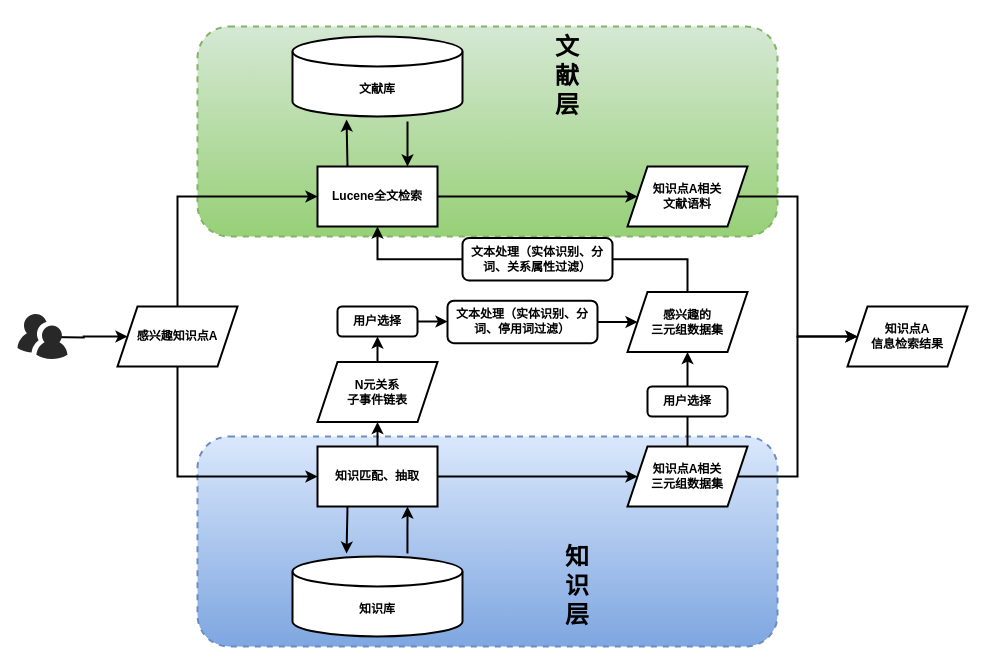
Above: Double-layers_retrival_mode.drawio in junchaoIU/Diagrams_library (draw.io), before the change. Source tidied: cells renumbered, new cells numbered last; positions are measured from the earlier drawing's top-left corner, leaving out a move shared by most shapes. Both pictures are drawn from the tidied source at 100%, with x=0, y=0 at pixel (17, 26).
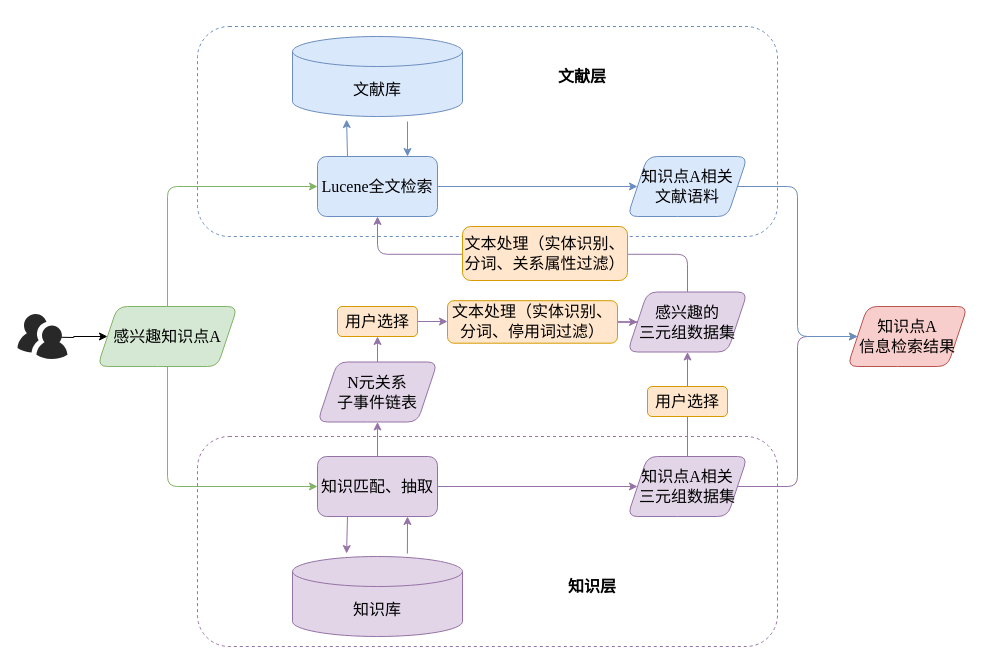
The same diagram, later.

Diff of the diagram source:
```diff
@@
-    <mxCell id="2" style="rounded=1;whiteSpace=wrap;html=1;dashed=1;fillColor=#dae8fc;strokeColor=#6c8ebf;gradientColor=#7ea6e0;strokeWidth=2;" parent="1" vertex="1">
+    <mxCell id="2" style="rounded=1;whiteSpace=wrap;html=1;dashed=1;strokeWidth=1;fontStyle=0;fontFamily=Times New Roman;fontSize=16;fillColor=none;strokeColor=#9673a6;" parent="1" vertex="1">
       <mxGeometry x="180" y="410" width="580" height="210" as="geometry" />
     </mxCell>
-    <mxCell id="3" style="rounded=1;whiteSpace=wrap;html=1;dashed=1;fillColor=#d5e8d4;strokeColor=#82b366;gradientColor=#97d077;strokeWidth=2;" parent="1" vertex="1">
+    <mxCell id="3" style="rounded=1;whiteSpace=wrap;html=1;dashed=1;strokeWidth=1;fontStyle=0;fontFamily=Times New Roman;fontSize=16;fillColor=none;strokeColor=#6c8ebf;" parent="1" vertex="1">
       <mxGeometry x="180" width="580" height="210" as="geometry" />
     </mxCell>
-    <mxCell id="4" style="edgeStyle=orthogonalEdgeStyle;rounded=0;jettySize=auto;html=1;exitX=0.5;exitY=0;exitDx=0;exitDy=0;entryX=0;entryY=0.5;entryDx=0;entryDy=0;strokeWidth=2;" parent="1" edge="1" source="6" target="11">
+    <mxCell id="4" style="edgeStyle=orthogonalEdgeStyle;rounded=1;jettySize=auto;html=1;exitX=0.5;exitY=0;exitDx=0;exitDy=0;entryX=0;entryY=0.5;entryDx=0;entryDy=0;strokeWidth=1;fontStyle=0;fontFamily=Times New Roman;fontSize=16;fillColor=#d5e8d4;strokeColor=#82b366;" parent="1" edge="1" source="6" target="11">
       <mxGeometry relative="1" as="geometry" />
     </mxCell>
-    <mxCell id="5" style="edgeStyle=orthogonalEdgeStyle;rounded=0;jettySize=auto;html=1;exitX=0.5;exitY=1;exitDx=0;exitDy=0;entryX=0;entryY=0.5;entryDx=0;entryDy=0;strokeWidth=2;" parent="1" edge="1" source="6" target="15">
+    <mxCell id="5" style="edgeStyle=orthogonalEdgeStyle;rounded=1;jettySize=auto;html=1;exitX=0.5;exitY=1;exitDx=0;exitDy=0;entryX=0;entryY=0.5;entryDx=0;entryDy=0;strokeWidth=1;fontStyle=0;fontFamily=Times New Roman;fontSize=16;fillColor=#d5e8d4;strokeColor=#82b366;" parent="1" edge="1" source="6" target="15">
       <mxGeometry relative="1" as="geometry" />
     </mxCell>
-    <mxCell id="6" value="&lt;b&gt;感兴趣知识点A&lt;/b&gt;" style="shape=parallelogram;perimeter=parallelogramPerimeter;whiteSpace=wrap;html=1;fixedSize=1;strokeWidth=2;" parent="1" vertex="1">
-      <mxGeometry x="100" y="280" width="120" height="60" as="geometry" />
+    <mxCell id="6" value="&lt;span style=&quot;font-size: 16px;&quot;&gt;感兴趣知识点A&lt;/span&gt;" style="shape=parallelogram;perimeter=parallelogramPerimeter;whiteSpace=wrap;html=1;fixedSize=1;strokeWidth=1;fontStyle=0;fontFamily=Times New Roman;fontSize=16;rounded=1;fillColor=#d5e8d4;strokeColor=#82b366;" parent="1" vertex="1">
+      <mxGeometry x="80" y="280" width="140" height="60" as="geometry" />
     </mxCell>
-    <mxCell id="7" style="rounded=0;jettySize=auto;html=1;entryX=0.75;entryY=0;entryDx=0;entryDy=0;strokeWidth=2;" parent="1" edge="1" target="11">
+    <mxCell id="7" style="rounded=0;jettySize=auto;html=1;entryX=0.75;entryY=0;entryDx=0;entryDy=0;strokeWidth=1;fontStyle=0;fontFamily=Times New Roman;fontSize=16;fillColor=#dae8fc;strokeColor=#6c8ebf;" parent="1" edge="1" target="11">
       <mxGeometry relative="1" as="geometry">
         <mxPoint x="390" y="95" as="sourcePoint" />
       </mxGeometry>
     </mxCell>
-    <mxCell id="8" value="&lt;b&gt;文献库&lt;/b&gt;" style="shape=cylinder3;whiteSpace=wrap;html=1;boundedLbl=1;backgroundOutline=1;size=15;strokeWidth=2;" parent="1" vertex="1">
+    <mxCell id="8" value="&lt;span style=&quot;font-size: 16px;&quot;&gt;文献库&lt;/span&gt;" style="shape=cylinder3;whiteSpace=wrap;html=1;boundedLbl=1;backgroundOutline=1;size=15;strokeWidth=1;fontStyle=0;fontFamily=Times New Roman;fontSize=16;fillColor=#dae8fc;strokeColor=#6c8ebf;" parent="1" vertex="1">
       <mxGeometry x="275" y="10" width="170" height="80" as="geometry" />
     </mxCell>
-    <mxCell id="9" style="rounded=0;jettySize=auto;html=1;exitX=0.25;exitY=0;exitDx=0;exitDy=0;entryX=0.318;entryY=1.038;entryDx=0;entryDy=0;entryPerimeter=0;strokeWidth=2;" parent="1" edge="1" source="11" target="8">
+    <mxCell id="9" style="rounded=0;jettySize=auto;html=1;exitX=0.25;exitY=0;exitDx=0;exitDy=0;entryX=0.318;entryY=1.038;entryDx=0;entryDy=0;entryPerimeter=0;strokeWidth=1;fontStyle=0;fontFamily=Times New Roman;fontSize=16;fillColor=#dae8fc;strokeColor=#6c8ebf;" parent="1" edge="1" source="11" target="8">
       <mxGeometry relative="1" as="geometry" />
     </mxCell>
-    <mxCell id="10" style="edgeStyle=orthogonalEdgeStyle;rounded=0;jettySize=auto;html=1;exitX=1;exitY=0.5;exitDx=0;exitDy=0;entryX=0;entryY=0.5;entryDx=0;entryDy=0;strokeWidth=2;" parent="1" edge="1" source="11" target="21">
+    <mxCell id="10" style="edgeStyle=orthogonalEdgeStyle;rounded=0;jettySize=auto;html=1;exitX=1;exitY=0.5;exitDx=0;exitDy=0;entryX=0;entryY=0.5;entryDx=0;entryDy=0;strokeWidth=1;fontStyle=0;fontFamily=Times New Roman;fontSize=16;fillColor=#dae8fc;strokeColor=#6c8ebf;" parent="1" edge="1" source="11" target="21">
       <mxGeometry relative="1" as="geometry" />
     </mxCell>
-    <mxCell id="11" value="&lt;b&gt;Lucene全文检索&lt;/b&gt;" style="rounded=0;whiteSpace=wrap;html=1;strokeWidth=2;" parent="1" vertex="1">
-      <mxGeometry x="300" y="140" width="120" height="60" as="geometry" />
+    <mxCell id="11" value="&lt;span style=&quot;font-size: 16px;&quot;&gt;Lucene全文检索&lt;/span&gt;" style="rounded=1;whiteSpace=wrap;html=1;strokeWidth=1;fontStyle=0;fontFamily=Times New Roman;fontSize=16;fillColor=#dae8fc;strokeColor=#6c8ebf;" parent="1" vertex="1">
+      <mxGeometry x="300" y="130" width="120" height="60" as="geometry" />
     </mxCell>
-    <mxCell id="12" style="rounded=0;jettySize=auto;html=1;exitX=0.25;exitY=1;exitDx=0;exitDy=0;entryX=0.318;entryY=-0.037;entryDx=0;entryDy=0;entryPerimeter=0;strokeWidth=2;" parent="1" edge="1" source="15" target="26">
+    <mxCell id="12" style="rounded=0;jettySize=auto;html=1;exitX=0.25;exitY=1;exitDx=0;exitDy=0;entryX=0.318;entryY=-0.037;entryDx=0;entryDy=0;entryPerimeter=0;strokeWidth=1;fontStyle=0;fontFamily=Times New Roman;fontSize=16;fillColor=#e1d5e7;strokeColor=#9673a6;" parent="1" edge="1" source="15" target="26">
       <mxGeometry relative="1" as="geometry" />
     </mxCell>
-    <mxCell id="13" style="edgeStyle=orthogonalEdgeStyle;rounded=0;jettySize=auto;html=1;exitX=0.5;exitY=0;exitDx=0;exitDy=0;entryX=0.5;entryY=1;entryDx=0;entryDy=0;strokeWidth=2;" parent="1" edge="1" source="15" target="23">
+    <mxCell id="13" style="edgeStyle=orthogonalEdgeStyle;rounded=0;jettySize=auto;html=1;exitX=0.5;exitY=0;exitDx=0;exitDy=0;entryX=0.5;entryY=1;entryDx=0;entryDy=0;strokeWidth=1;fontStyle=0;fontFamily=Times New Roman;fontSize=16;fillColor=#e1d5e7;strokeColor=#9673a6;" parent="1" edge="1" source="15" target="23">
       <mxGeometry relative="1" as="geometry" />
     </mxCell>
-    <mxCell id="14" style="edgeStyle=orthogonalEdgeStyle;rounded=0;jettySize=auto;html=1;exitX=1;exitY=0.5;exitDx=0;exitDy=0;entryX=0;entryY=0.5;entryDx=0;entryDy=0;strokeWidth=2;" parent="1" edge="1" source="15" target="19">
+    <mxCell id="14" style="edgeStyle=orthogonalEdgeStyle;rounded=0;jettySize=auto;html=1;exitX=1;exitY=0.5;exitDx=0;exitDy=0;entryX=0;entryY=0.5;entryDx=0;entryDy=0;strokeWidth=1;fontStyle=0;fontFamily=Times New Roman;fontSize=16;fillColor=#e1d5e7;strokeColor=#9673a6;" parent="1" edge="1" source="15" target="19">
       <mxGeometry relative="1" as="geometry" />
     </mxCell>
-    <mxCell id="15" value="&lt;b&gt;知识匹配、抽取&lt;/b&gt;" style="rounded=0;whiteSpace=wrap;html=1;strokeWidth=2;" parent="1" vertex="1">
-      <mxGeometry x="300" y="420" width="120" height="60" as="geometry" />
+    <mxCell id="15" value="&lt;span style=&quot;font-size: 16px;&quot;&gt;知识匹配、抽取&lt;/span&gt;" style="rounded=1;whiteSpace=wrap;html=1;strokeWidth=1;fontStyle=0;fontFamily=Times New Roman;fontSize=16;fillColor=#e1d5e7;strokeColor=#9673a6;" parent="1" vertex="1">
+      <mxGeometry x="300" y="430" width="120" height="60" as="geometry" />
     </mxCell>
-    <mxCell id="16" style="rounded=0;jettySize=auto;html=1;entryX=0.75;entryY=1;entryDx=0;entryDy=0;exitX=0.676;exitY=-0.037;exitDx=0;exitDy=0;exitPerimeter=0;strokeWidth=2;" parent="1" edge="1" source="26" target="15">
+    <mxCell id="16" style="rounded=0;jettySize=auto;html=1;entryX=0.75;entryY=1;entryDx=0;entryDy=0;exitX=0.676;exitY=-0.037;exitDx=0;exitDy=0;exitPerimeter=0;strokeWidth=1;fontStyle=0;fontFamily=Times New Roman;fontSize=16;fillColor=#e1d5e7;strokeColor=#9673a6;" parent="1" edge="1" source="26" target="15">
       <mxGeometry relative="1" as="geometry" />
     </mxCell>
-    <mxCell id="17" style="edgeStyle=orthogonalEdgeStyle;rounded=0;jettySize=auto;html=1;exitX=0.5;exitY=0;exitDx=0;exitDy=0;entryX=0.5;entryY=1;entryDx=0;entryDy=0;strokeWidth=2;" parent="1" edge="1" source="19" target="25">
+    <mxCell id="17" style="edgeStyle=orthogonalEdgeStyle;rounded=0;jettySize=auto;html=1;exitX=0.5;exitY=0;exitDx=0;exitDy=0;entryX=0.5;entryY=1;entryDx=0;entryDy=0;strokeWidth=1;fontStyle=0;fontFamily=Times New Roman;fontSize=16;fillColor=#e1d5e7;strokeColor=#9673a6;" parent="1" edge="1" source="19" target="25">
       <mxGeometry relative="1" as="geometry" />
     </mxCell>
-    <mxCell id="18" style="edgeStyle=orthogonalEdgeStyle;rounded=0;jettySize=auto;html=1;exitX=1;exitY=0.5;exitDx=0;exitDy=0;entryX=0;entryY=0.5;entryDx=0;entryDy=0;strokeWidth=2;" parent="1" edge="1" source="19" target="27">
+    <mxCell id="18" style="edgeStyle=orthogonalEdgeStyle;rounded=1;jettySize=auto;html=1;exitX=1;exitY=0.5;exitDx=0;exitDy=0;entryX=0;entryY=0.5;entryDx=0;entryDy=0;strokeWidth=1;fontStyle=0;fontFamily=Times New Roman;fontSize=16;fillColor=#e1d5e7;strokeColor=#9673a6;" parent="1" edge="1" source="19" target="27">
       <mxGeometry relative="1" as="geometry">
         <Array as="points">
-          <mxPoint x="780" y="450" />
+          <mxPoint x="780" y="460" />
           <mxPoint x="780" y="310" />
         </Array>
       </mxGeometry>
     </mxCell>
-    <mxCell id="19" value="&lt;b&gt;知识点A相关&lt;br&gt;三元组数据集&lt;/b&gt;" style="shape=parallelogram;perimeter=parallelogramPerimeter;whiteSpace=wrap;html=1;fixedSize=1;strokeWidth=2;" parent="1" vertex="1">
-      <mxGeometry x="610" y="420" width="120" height="60" as="geometry" />
+    <mxCell id="19" value="&lt;span style=&quot;font-size: 16px;&quot;&gt;知识点A相关&lt;br style=&quot;font-size: 16px;&quot;&gt;三元组数据集&lt;/span&gt;" style="shape=parallelogram;perimeter=parallelogramPerimeter;whiteSpace=wrap;html=1;fixedSize=1;strokeWidth=1;fontStyle=0;fontFamily=Times New Roman;fontSize=16;rounded=1;fillColor=#e1d5e7;strokeColor=#9673a6;" parent="1" vertex="1">
+      <mxGeometry x="610" y="430" width="120" height="60" as="geometry" />
     </mxCell>
-    <mxCell id="20" style="edgeStyle=orthogonalEdgeStyle;rounded=0;jettySize=auto;html=1;exitX=1;exitY=0.5;exitDx=0;exitDy=0;entryX=0;entryY=0.5;entryDx=0;entryDy=0;strokeWidth=2;" parent="1" edge="1" source="21" target="27">
+    <mxCell id="20" style="edgeStyle=orthogonalEdgeStyle;rounded=1;jettySize=auto;html=1;exitX=1;exitY=0.5;exitDx=0;exitDy=0;entryX=0;entryY=0.5;entryDx=0;entryDy=0;strokeWidth=1;fontStyle=0;fontFamily=Times New Roman;fontSize=16;fillColor=#dae8fc;strokeColor=#6c8ebf;" parent="1" edge="1" source="21" target="27">
       <mxGeometry relative="1" as="geometry">
         <Array as="points">
-          <mxPoint x="780" y="170" />
+          <mxPoint x="780" y="160" />
           <mxPoint x="780" y="310" />
         </Array>
       </mxGeometry>
     </mxCell>
-    <mxCell id="21" value="&lt;b&gt;知识点A相关&lt;br&gt;文献语料&lt;/b&gt;" style="shape=parallelogram;perimeter=parallelogramPerimeter;whiteSpace=wrap;html=1;fixedSize=1;strokeWidth=2;" parent="1" vertex="1">
-      <mxGeometry x="610" y="140" width="120" height="60" as="geometry" />
+    <mxCell id="21" value="&lt;span style=&quot;font-size: 16px;&quot;&gt;知识点A相关&lt;br style=&quot;font-size: 16px;&quot;&gt;文献语料&lt;/span&gt;" style="shape=parallelogram;perimeter=parallelogramPerimeter;whiteSpace=wrap;html=1;fixedSize=1;strokeWidth=1;fontStyle=0;fontFamily=Times New Roman;fontSize=16;rounded=1;fillColor=#dae8fc;strokeColor=#6c8ebf;" parent="1" vertex="1">
+      <mxGeometry x="610" y="130" width="120" height="60" as="geometry" />
     </mxCell>
-    <mxCell id="22" style="edgeStyle=orthogonalEdgeStyle;rounded=0;jettySize=auto;html=1;exitX=0.5;exitY=0;exitDx=0;exitDy=0;strokeWidth=2;" parent="1" edge="1" source="23" target="34">
+    <mxCell id="22" style="edgeStyle=orthogonalEdgeStyle;rounded=0;jettySize=auto;html=1;exitX=0.5;exitY=0;exitDx=0;exitDy=0;strokeWidth=1;fontStyle=0;fontFamily=Times New Roman;fontSize=16;fillColor=#e1d5e7;strokeColor=#9673a6;" parent="1" edge="1" source="23" target="34">
       <mxGeometry relative="1" as="geometry" />
     </mxCell>
-    <mxCell id="23" value="&lt;b&gt;N元关系&lt;br&gt;子事件链表&lt;/b&gt;" style="shape=parallelogram;perimeter=parallelogramPerimeter;whiteSpace=wrap;html=1;fixedSize=1;strokeWidth=2;" parent="1" vertex="1">
+    <mxCell id="23" value="&lt;span style=&quot;font-size: 16px;&quot;&gt;N元关系&lt;br style=&quot;font-size: 16px;&quot;&gt;子事件链表&lt;/span&gt;" style="shape=parallelogram;perimeter=parallelogramPerimeter;whiteSpace=wrap;html=1;fixedSize=1;strokeWidth=1;fontStyle=0;fontFamily=Times New Roman;fontSize=16;rounded=1;fillColor=#e1d5e7;strokeColor=#9673a6;" parent="1" vertex="1">
       <mxGeometry x="300" y="335.5" width="120" height="60" as="geometry" />
     </mxCell>
-    <mxCell id="24" style="edgeStyle=orthogonalEdgeStyle;rounded=0;jettySize=auto;html=1;exitX=0.5;exitY=0;exitDx=0;exitDy=0;strokeWidth=2;" parent="1" edge="1" source="25" target="11">
+    <mxCell id="24" style="edgeStyle=orthogonalEdgeStyle;rounded=1;jettySize=auto;html=1;exitX=0.5;exitY=0;exitDx=0;exitDy=0;strokeWidth=1;fontStyle=0;fontFamily=Times New Roman;fontSize=16;fillColor=#e1d5e7;strokeColor=#9673a6;" parent="1" edge="1" source="25" target="11">
       <mxGeometry relative="1" as="geometry" />
     </mxCell>
-    <mxCell id="25" value="&lt;b&gt;感兴趣的&lt;br&gt;三元组数据集&lt;/b&gt;" style="shape=parallelogram;perimeter=parallelogramPerimeter;whiteSpace=wrap;html=1;fixedSize=1;strokeWidth=2;" parent="1" vertex="1">
+    <mxCell id="25" value="&lt;span style=&quot;font-size: 16px;&quot;&gt;感兴趣的&lt;br style=&quot;font-size: 16px;&quot;&gt;三元组数据集&lt;/span&gt;" style="shape=parallelogram;perimeter=parallelogramPerimeter;whiteSpace=wrap;html=1;fixedSize=1;strokeWidth=1;fontStyle=0;fontFamily=Times New Roman;fontSize=16;rounded=1;fillColor=#e1d5e7;strokeColor=#9673a6;" parent="1" vertex="1">
       <mxGeometry x="610" y="265.5" width="120" height="60" as="geometry" />
     </mxCell>
-    <mxCell id="26" value="&lt;b&gt;知识库&lt;/b&gt;" style="shape=cylinder3;whiteSpace=wrap;html=1;boundedLbl=1;backgroundOutline=1;size=15;strokeWidth=2;" parent="1" vertex="1">
+    <mxCell id="26" value="&lt;span style=&quot;font-size: 16px;&quot;&gt;知识库&lt;/span&gt;" style="shape=cylinder3;whiteSpace=wrap;html=1;boundedLbl=1;backgroundOutline=1;size=15;strokeWidth=1;fontStyle=0;fontFamily=Times New Roman;fontSize=16;fillColor=#e1d5e7;strokeColor=#9673a6;" parent="1" vertex="1">
       <mxGeometry x="275" y="530" width="170" height="80" as="geometry" />
     </mxCell>
-    <mxCell id="27" value="&lt;b&gt;知识点A&lt;br&gt;信息检索结果&lt;/b&gt;" style="shape=parallelogram;perimeter=parallelogramPerimeter;whiteSpace=wrap;html=1;fixedSize=1;strokeWidth=2;" parent="1" vertex="1">
+    <mxCell id="27" value="&lt;span style=&quot;font-size: 16px;&quot;&gt;知识点A&lt;br style=&quot;font-size: 16px;&quot;&gt;信息检索结果&lt;/span&gt;" style="shape=parallelogram;perimeter=parallelogramPerimeter;whiteSpace=wrap;html=1;fixedSize=1;strokeWidth=1;fontStyle=0;fontFamily=Times New Roman;fontSize=16;rounded=1;fillColor=#f8cecc;strokeColor=#b85450;" parent="1" vertex="1">
       <mxGeometry x="830" y="280" width="120" height="60" as="geometry" />
     </mxCell>
-    <mxCell id="28" value="&lt;h1&gt;文献层&lt;/h1&gt;" style="text;html=1;strokeColor=none;fillColor=none;align=center;verticalAlign=middle;whiteSpace=wrap;rounded=0;dashed=1;strokeWidth=2;" parent="1" vertex="1">
-      <mxGeometry x="530" y="40" width="40" height="20" as="geometry" />
+    <mxCell id="28" value="&lt;h1 style=&quot;font-size: 16px;&quot;&gt;文献层&lt;/h1&gt;" style="text;html=1;strokeColor=none;fillColor=none;align=center;verticalAlign=middle;whiteSpace=wrap;rounded=0;dashed=1;strokeWidth=1;fontStyle=0;fontFamily=Times New Roman;fontSize=16;" parent="1" vertex="1">
+      <mxGeometry x="530" y="40" width="70" height="20" as="geometry" />
     </mxCell>
-    <mxCell id="29" value="&lt;h1&gt;知识层&lt;/h1&gt;" style="text;html=1;strokeColor=none;fillColor=none;align=center;verticalAlign=middle;whiteSpace=wrap;rounded=0;dashed=1;strokeWidth=2;" parent="1" vertex="1">
-      <mxGeometry x="540" y="550" width="40" height="20" as="geometry" />
+    <mxCell id="29" value="&lt;h1 style=&quot;font-size: 16px;&quot;&gt;知识层&lt;/h1&gt;" style="text;html=1;strokeColor=none;fillColor=none;align=center;verticalAlign=middle;whiteSpace=wrap;rounded=0;dashed=1;strokeWidth=1;fontStyle=0;fontFamily=Times New Roman;fontSize=16;" parent="1" vertex="1">
+      <mxGeometry x="540" y="550" width="70" height="20" as="geometry" />
     </mxCell>
-    <mxCell id="30" style="edgeStyle=orthogonalEdgeStyle;rounded=0;jettySize=auto;html=1;exitX=0.87;exitY=0.65;exitDx=0;exitDy=0;exitPerimeter=0;strokeWidth=2;" parent="1" edge="1" target="6">
+    <mxCell id="30" style="edgeStyle=orthogonalEdgeStyle;rounded=0;jettySize=auto;html=1;exitX=0.87;exitY=0.65;exitDx=0;exitDy=0;exitPerimeter=0;strokeWidth=1;fontStyle=0;fontFamily=Times New Roman;fontSize=16;" parent="1" edge="1" target="6">
       <mxGeometry relative="1" as="geometry">
         <mxPoint x="31.3" y="310.5" as="sourcePoint" />
       </mxGeometry>
     </mxCell>
-    <mxCell id="31" style="verticalLabelPosition=bottom;html=1;fillColor=#282828;strokeColor=none;verticalAlign=top;align=center;shape=mxgraph.cisco_safe.people_places_things_icons.icon9;dashed=1;strokeWidth=2;" parent="1" vertex="1">
+    <mxCell id="31" style="verticalLabelPosition=bottom;html=1;fillColor=#282828;strokeColor=none;verticalAlign=top;align=center;shape=mxgraph.cisco_safe.people_places_things_icons.icon9;dashed=1;strokeWidth=1;fontStyle=0;fontFamily=Times New Roman;fontSize=16;" parent="1" vertex="1">
       <mxGeometry y="287.5" width="50" height="45" as="geometry" />
     </mxCell>
-    <mxCell id="32" value="&lt;b&gt;用户选择&lt;/b&gt;" style="rounded=1;whiteSpace=wrap;html=1;strokeWidth=2;" parent="1" vertex="1">
+    <mxCell id="32" value="&lt;span style=&quot;font-size: 16px;&quot;&gt;用户选择&lt;/span&gt;" style="rounded=1;whiteSpace=wrap;html=1;strokeWidth=1;fontStyle=0;fontFamily=Times New Roman;fontSize=16;fillColor=#ffe6cc;strokeColor=#d79b00;" parent="1" vertex="1">
       <mxGeometry x="630" y="360" width="80" height="30" as="geometry" />
     </mxCell>
-    <mxCell id="33" style="edgeStyle=orthogonalEdgeStyle;rounded=0;jettySize=auto;html=1;exitX=1;exitY=0.5;exitDx=0;exitDy=0;entryX=0;entryY=0.5;entryDx=0;entryDy=0;strokeWidth=2;" parent="1" edge="1" source="34" target="36">
+    <mxCell id="33" style="edgeStyle=orthogonalEdgeStyle;rounded=0;jettySize=auto;html=1;exitX=1;exitY=0.5;exitDx=0;exitDy=0;entryX=0;entryY=0.5;entryDx=0;entryDy=0;strokeWidth=1;fontStyle=0;fontFamily=Times New Roman;fontSize=16;fillColor=#e1d5e7;strokeColor=#9673a6;" parent="1" edge="1" source="34" target="36">
       <mxGeometry relative="1" as="geometry" />
     </mxCell>
-    <mxCell id="34" value="&lt;b&gt;用户选择&lt;/b&gt;" style="rounded=1;whiteSpace=wrap;html=1;strokeWidth=2;" parent="1" vertex="1">
+    <mxCell id="34" value="&lt;span style=&quot;font-size: 16px;&quot;&gt;用户选择&lt;/span&gt;" style="rounded=1;whiteSpace=wrap;html=1;strokeWidth=1;fontStyle=0;fontFamily=Times New Roman;fontSize=16;fillColor=#ffe6cc;strokeColor=#d79b00;" parent="1" vertex="1">
       <mxGeometry x="320" y="280" width="80" height="30" as="geometry" />
     </mxCell>
-    <mxCell id="35" style="edgeStyle=orthogonalEdgeStyle;rounded=0;jettySize=auto;html=1;exitX=1;exitY=0.5;exitDx=0;exitDy=0;strokeWidth=2;" parent="1" edge="1" source="36" target="25">
+    <mxCell id="35" style="edgeStyle=orthogonalEdgeStyle;rounded=0;jettySize=auto;html=1;exitX=1;exitY=0.5;exitDx=0;exitDy=0;strokeWidth=1;fontStyle=0;fontFamily=Times New Roman;fontSize=16;fillColor=#e1d5e7;strokeColor=#9673a6;" parent="1" edge="1" source="36" target="25">
       <mxGeometry relative="1" as="geometry" />
     </mxCell>
-    <mxCell id="36" value="&lt;b&gt;文本处理（实体识别、分词、停用词过滤）&lt;/b&gt;" style="rounded=1;whiteSpace=wrap;html=1;strokeWidth=2;" parent="1" vertex="1">
-      <mxGeometry x="430" y="274.2" width="150" height="42.5" as="geometry" />
+    <mxCell id="36" value="&lt;span style=&quot;font-size: 16px;&quot;&gt;文本处理（实体识别、分词、停用词过滤）&lt;/span&gt;" style="rounded=1;whiteSpace=wrap;html=1;strokeWidth=1;fontStyle=0;fontFamily=Times New Roman;fontSize=16;fillColor=#ffe6cc;strokeColor=#d79b00;" parent="1" vertex="1">
+      <mxGeometry x="430" y="274.2" width="170" height="42.5" as="geometry" />
     </mxCell>
-    <mxCell id="37" value="&lt;b&gt;文本处理（实体识别、分词、关系属性过滤）&lt;/b&gt;" style="rounded=1;whiteSpace=wrap;html=1;strokeWidth=2;" parent="1" vertex="1">
-      <mxGeometry x="445" y="211.5" width="150" height="42.5" as="geometry" />
+    <mxCell id="37" value="&lt;span style=&quot;font-size: 16px;&quot;&gt;文本处理（实体识别、分词、关系属性过滤）&lt;/span&gt;" style="rounded=1;whiteSpace=wrap;html=1;strokeWidth=1;fontStyle=0;fontFamily=Times New Roman;fontSize=16;fillColor=#ffe6cc;strokeColor=#d79b00;" parent="1" vertex="1">
+      <mxGeometry x="445" y="200" width="165" height="54" as="geometry" />
     </mxCell>
```
